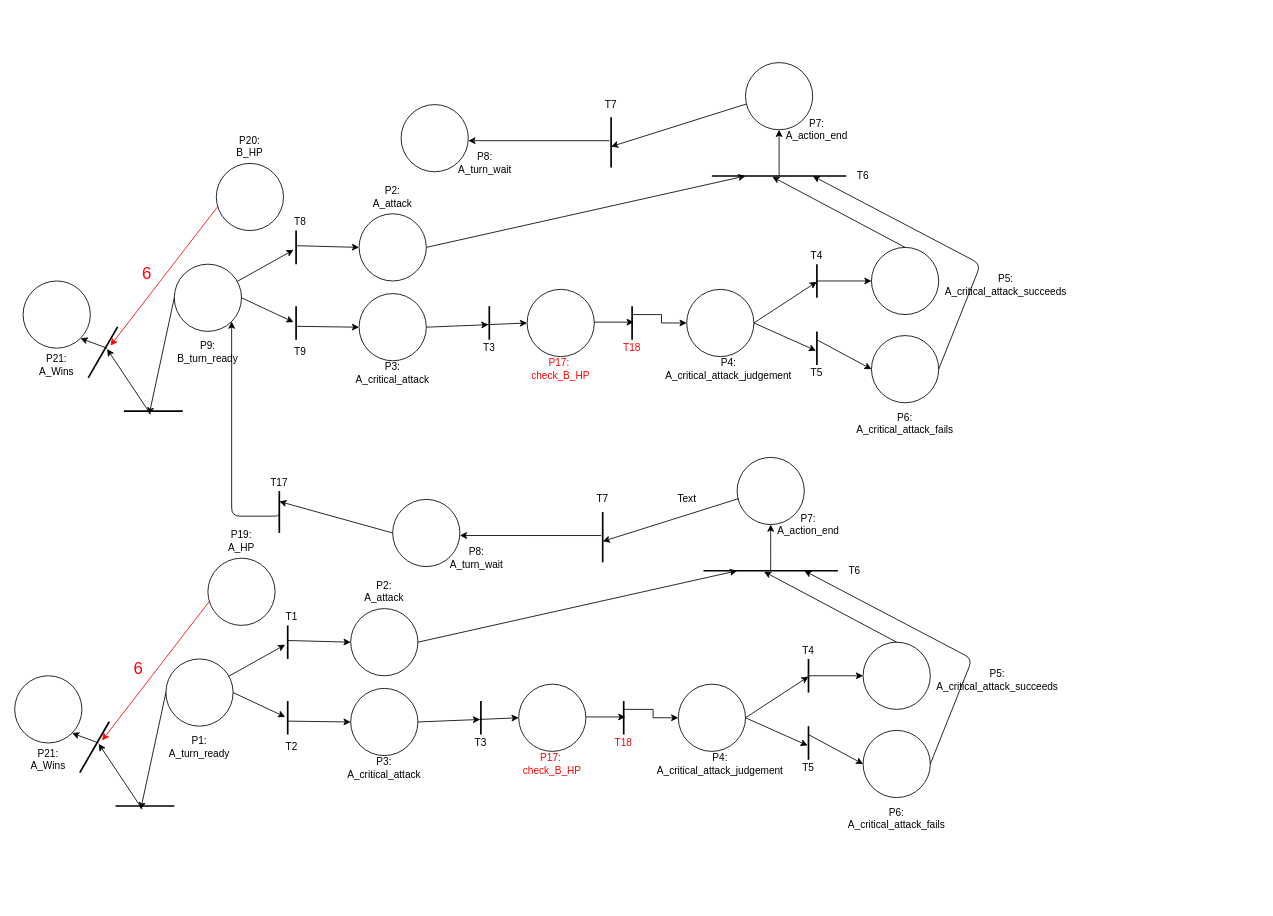
briansodenkin/gdg-git keeps this draw.io diagram as Untitled Diagram.drawio. Above is the earlier version. Source tidied: cells renumbered, new cells numbered last; positions are measured from the earlier drawing's top-left corner, leaving out a move shared by most shapes. Both pictures are drawn from the tidied source at 84%, with x=0, y=0 at pixel (14, 62).
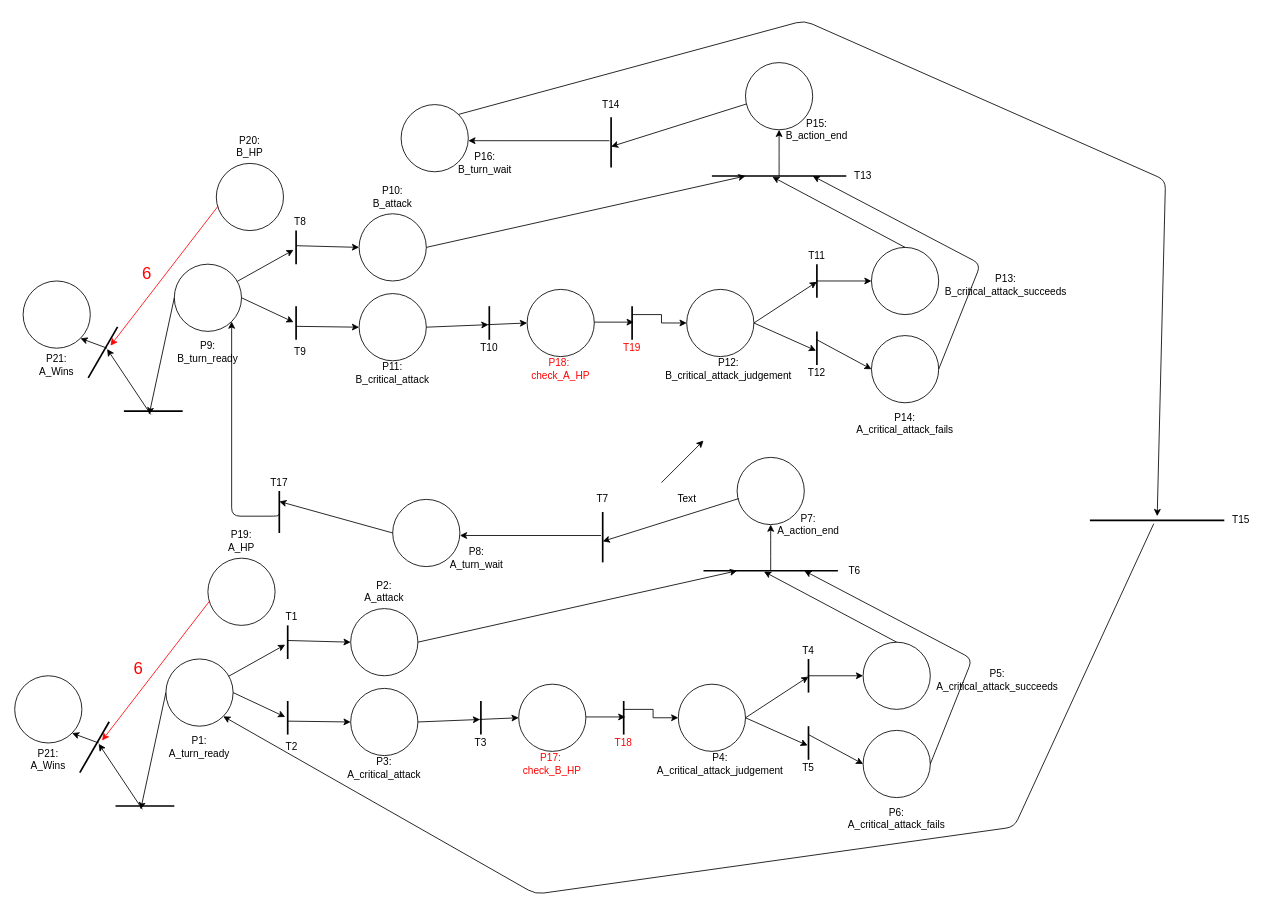
The same diagram, later.

Unchanged cells that the change refers to:
```xml
<mxCell id="2" style="ellipse;whiteSpace=wrap;html=1;" parent="1" vertex="1">
  <mxGeometry x="180" y="710" width="80" height="80" as="geometry" />
</mxCell>
<mxCell id="125" style="ellipse;whiteSpace=wrap;html=1;" parent="1" vertex="1">
  <mxGeometry x="460" y="50" width="80" height="80" as="geometry" />
</mxCell>
```

The edit, as a diff of the source:
```diff
@@
-    <mxCell id="86" value="P2: A_attack" style="text;html=1;strokeColor=none;fillColor=none;align=center;verticalAlign=middle;whiteSpace=wrap;rounded=0;" parent="1" vertex="1">
+    <mxCell id="86" value="P10: B_attack" style="text;html=1;strokeColor=none;fillColor=none;align=center;verticalAlign=middle;whiteSpace=wrap;rounded=0;" parent="1" vertex="1">
       <mxGeometry x="430" y="150" width="40" height="20" as="geometry" />
     </mxCell>
@@
-    <mxCell id="89" value="P3: A_critical_attack" style="text;html=1;strokeColor=none;fillColor=none;align=center;verticalAlign=middle;whiteSpace=wrap;rounded=0;" parent="1" vertex="1">
+    <mxCell id="89" value="P11: B_critical_attack" style="text;html=1;strokeColor=none;fillColor=none;align=center;verticalAlign=middle;whiteSpace=wrap;rounded=0;" parent="1" vertex="1">
       <mxGeometry x="430" y="360" width="40" height="20" as="geometry" />
     </mxCell>
@@
-    <mxCell id="94" value="T3" style="text;html=1;strokeColor=none;fillColor=none;align=center;verticalAlign=middle;whiteSpace=wrap;rounded=0;" parent="1" vertex="1">
+    <mxCell id="94" value="T10" style="text;html=1;strokeColor=none;fillColor=none;align=center;verticalAlign=middle;whiteSpace=wrap;rounded=0;" parent="1" vertex="1">
       <mxGeometry x="545" y="330" width="40" height="20" as="geometry" />
     </mxCell>
@@
-    <mxCell id="98" value="&lt;font color=&quot;#ff0000&quot;&gt;T18&lt;/font&gt;" style="text;html=1;strokeColor=none;fillColor=none;align=center;verticalAlign=middle;whiteSpace=wrap;rounded=0;" parent="1" vertex="1">
+    <mxCell id="98" value="&lt;font color=&quot;#ff0000&quot;&gt;T19&lt;/font&gt;" style="text;html=1;strokeColor=none;fillColor=none;align=center;verticalAlign=middle;whiteSpace=wrap;rounded=0;" parent="1" vertex="1">
       <mxGeometry x="715" y="330" width="40" height="20" as="geometry" />
     </mxCell>
-    <mxCell id="99" value="&lt;font color=&quot;#ff0000&quot;&gt;P17:&amp;nbsp;&lt;br&gt;check_B_HP&lt;/font&gt;" style="text;html=1;strokeColor=none;fillColor=none;align=center;verticalAlign=middle;whiteSpace=wrap;rounded=0;" parent="1" vertex="1">
+    <mxCell id="99" value="&lt;font color=&quot;#ff0000&quot;&gt;P18:&amp;nbsp;&lt;br&gt;check_A_HP&lt;/font&gt;" style="text;html=1;strokeColor=none;fillColor=none;align=center;verticalAlign=middle;whiteSpace=wrap;rounded=0;" parent="1" vertex="1">
       <mxGeometry x="630" y="355" width="40" height="20" as="geometry" />
     </mxCell>
@@
-    <mxCell id="101" value="P4: A_critical_attack_judgement" style="text;html=1;strokeColor=none;fillColor=none;align=center;verticalAlign=middle;whiteSpace=wrap;rounded=0;" parent="1" vertex="1">
+    <mxCell id="101" value="P12: B_critical_attack_judgement" style="text;html=1;strokeColor=none;fillColor=none;align=center;verticalAlign=middle;whiteSpace=wrap;rounded=0;" parent="1" vertex="1">
       <mxGeometry x="830" y="355" width="40" height="20" as="geometry" />
     </mxCell>
@@
-    <mxCell id="108" value="T5" style="text;html=1;strokeColor=none;fillColor=none;align=center;verticalAlign=middle;whiteSpace=wrap;rounded=0;" parent="1" vertex="1">
+    <mxCell id="108" value="T12" style="text;html=1;strokeColor=none;fillColor=none;align=center;verticalAlign=middle;whiteSpace=wrap;rounded=0;" parent="1" vertex="1">
       <mxGeometry x="935" y="360" width="40" height="20" as="geometry" />
     </mxCell>
-    <mxCell id="109" value="T4" style="text;html=1;strokeColor=none;fillColor=none;align=center;verticalAlign=middle;whiteSpace=wrap;rounded=0;" parent="1" vertex="1">
+    <mxCell id="109" value="T11" style="text;html=1;strokeColor=none;fillColor=none;align=center;verticalAlign=middle;whiteSpace=wrap;rounded=0;" parent="1" vertex="1">
       <mxGeometry x="935" y="220" width="40" height="20" as="geometry" />
     </mxCell>
@@
-    <mxCell id="112" value="P5: A_critical_attack_succeeds&lt;br&gt;" style="text;html=1;strokeColor=none;fillColor=none;align=center;verticalAlign=middle;whiteSpace=wrap;rounded=0;" parent="1" vertex="1">
+    <mxCell id="112" value="P13: B_critical_attack_succeeds" style="text;html=1;strokeColor=none;fillColor=none;align=center;verticalAlign=middle;whiteSpace=wrap;rounded=0;" parent="1" vertex="1">
       <mxGeometry x="1160" y="255" width="40" height="20" as="geometry" />
     </mxCell>
-    <mxCell id="113" value="P6: A_critical_attack_fails" style="text;html=1;strokeColor=none;fillColor=none;align=center;verticalAlign=middle;whiteSpace=wrap;rounded=0;" parent="1" vertex="1">
+    <mxCell id="113" value="P14: A_critical_attack_fails" style="text;html=1;strokeColor=none;fillColor=none;align=center;verticalAlign=middle;whiteSpace=wrap;rounded=0;" parent="1" vertex="1">
       <mxGeometry x="1040" y="420" width="40" height="20" as="geometry" />
     </mxCell>
@@
-    <mxCell id="118" value="T6" style="text;html=1;strokeColor=none;fillColor=none;align=center;verticalAlign=middle;whiteSpace=wrap;rounded=0;" parent="1" vertex="1">
+    <mxCell id="118" value="T13" style="text;html=1;strokeColor=none;fillColor=none;align=center;verticalAlign=middle;whiteSpace=wrap;rounded=0;" parent="1" vertex="1">
       <mxGeometry x="990" y="125" width="40" height="20" as="geometry" />
     </mxCell>
@@
-    <mxCell id="120" value="P7: A_action_end&lt;br&gt;" style="text;html=1;strokeColor=none;fillColor=none;align=center;verticalAlign=middle;whiteSpace=wrap;rounded=0;" parent="1" vertex="1">
+    <mxCell id="120" value="P15: B_action_end" style="text;html=1;strokeColor=none;fillColor=none;align=center;verticalAlign=middle;whiteSpace=wrap;rounded=0;" parent="1" vertex="1">
       <mxGeometry x="935" y="70" width="40" height="20" as="geometry" />
     </mxCell>
@@
-    <mxCell id="123" value="T7" style="text;html=1;strokeColor=none;fillColor=none;align=center;verticalAlign=middle;whiteSpace=wrap;rounded=0;" parent="1" vertex="1">
+    <mxCell id="123" value="T14" style="text;html=1;strokeColor=none;fillColor=none;align=center;verticalAlign=middle;whiteSpace=wrap;rounded=0;" parent="1" vertex="1">
       <mxGeometry x="690" y="40" width="40" height="20" as="geometry" />
     </mxCell>
@@
-    <mxCell id="126" value="P8: A_turn_wait" style="text;html=1;strokeColor=none;fillColor=none;align=center;verticalAlign=middle;whiteSpace=wrap;rounded=0;" parent="1" vertex="1">
+    <mxCell id="126" value="P16: B_turn_wait" style="text;html=1;strokeColor=none;fillColor=none;align=center;verticalAlign=middle;whiteSpace=wrap;rounded=0;" parent="1" vertex="1">
       <mxGeometry x="540" y="110" width="40" height="20" as="geometry" />
     </mxCell>
@@
+    <mxCell id="133" style="line;strokeWidth=2;html=1;" parent="1" vertex="1">
+      <mxGeometry x="1280" y="540" width="160" height="10" as="geometry" />
+    </mxCell>
+    <mxCell id="134" style="endArrow=classic;html=1;strokeColor=#000000;" parent="1" edge="1">
+      <mxGeometry relative="1" as="geometry">
+        <mxPoint x="770" y="500" as="sourcePoint" />
+        <mxPoint x="820" y="450" as="targetPoint" />
+      </mxGeometry>
+    </mxCell>
+    <mxCell id="135" style="endArrow=classic;html=1;strokeColor=#000000;exitX=1;exitY=0;exitDx=0;exitDy=0;" parent="1" edge="1" source="125" target="133">
+      <mxGeometry relative="1" as="geometry">
+        <Array as="points">
+          <mxPoint x="940" y="-50" />
+          <mxPoint x="1370" y="140" />
+        </Array>
+      </mxGeometry>
+    </mxCell>
+    <mxCell id="136" style="endArrow=classic;html=1;strokeColor=#000000;entryX=1;entryY=1;entryDx=0;entryDy=0;exitX=0.475;exitY=0.9;exitDx=0;exitDy=0;exitPerimeter=0;" parent="1" edge="1" source="133" target="2">
+      <mxGeometry relative="1" as="geometry">
+        <Array as="points">
+          <mxPoint x="1190" y="910" />
+          <mxPoint x="620" y="990" />
+        </Array>
+      </mxGeometry>
+    </mxCell>
+    <mxCell id="137" value="T15" style="text;html=1;strokeColor=none;fillColor=none;align=center;verticalAlign=middle;whiteSpace=wrap;rounded=0;" parent="1" vertex="1">
+      <mxGeometry x="1440" y="535" width="40" height="20" as="geometry" />
+    </mxCell>
```
